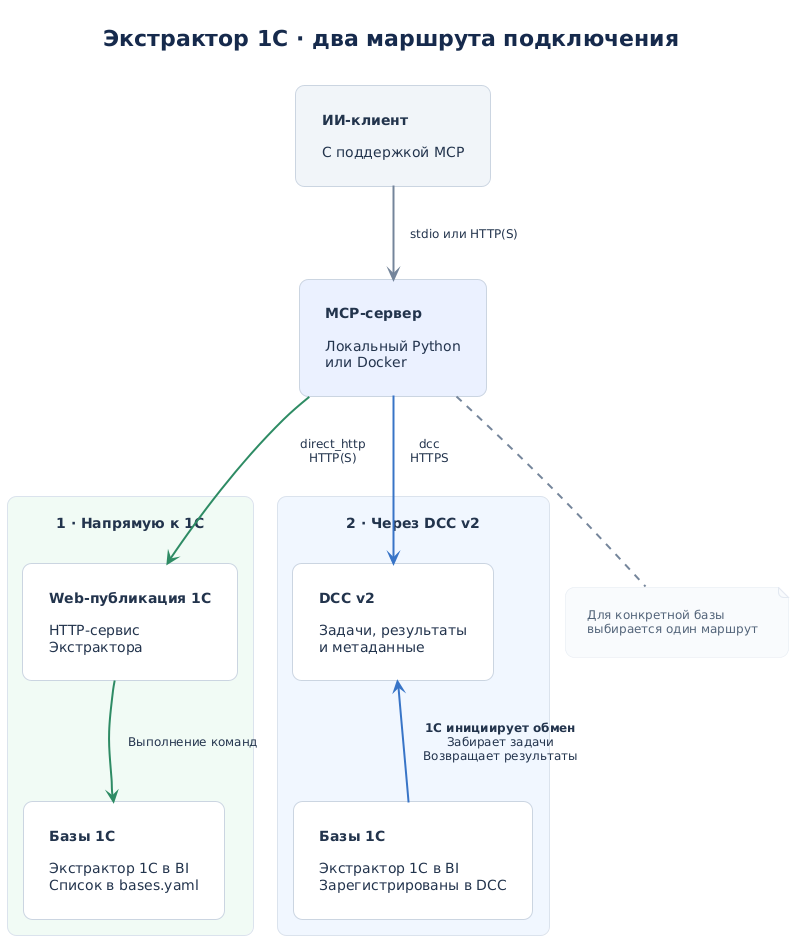
Denvic-Tech/extractor-mcp-server keeps this PlantUML diagram as docs/diagrams/mcp-deployment.png. Above is the earlier version.
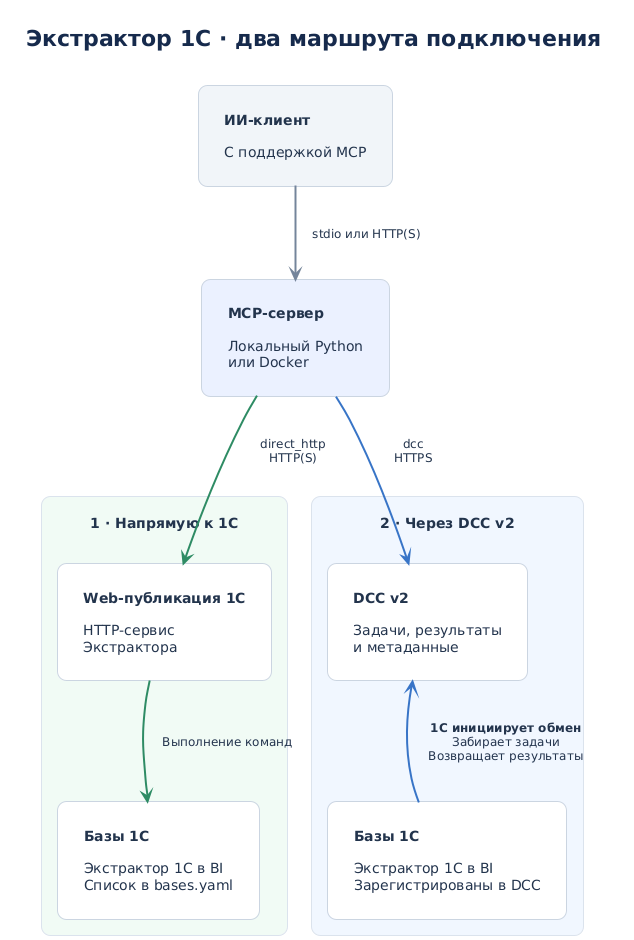
Later version of the same file.

The edit, as a diff of the source:
```diff
@@ -56,9 +56,4 @@
 MCP -[#2E8B64]-> WEB : direct_http\nHTTP(S)
 MCP -[#3975C6]-> DCC : dcc\nHTTPS
 WEB -[hidden]right-> DCC
-
-note bottom of MCP
-  Для конкретной базы
-  выбирается один маршрут
-end note
 @enduml
```
